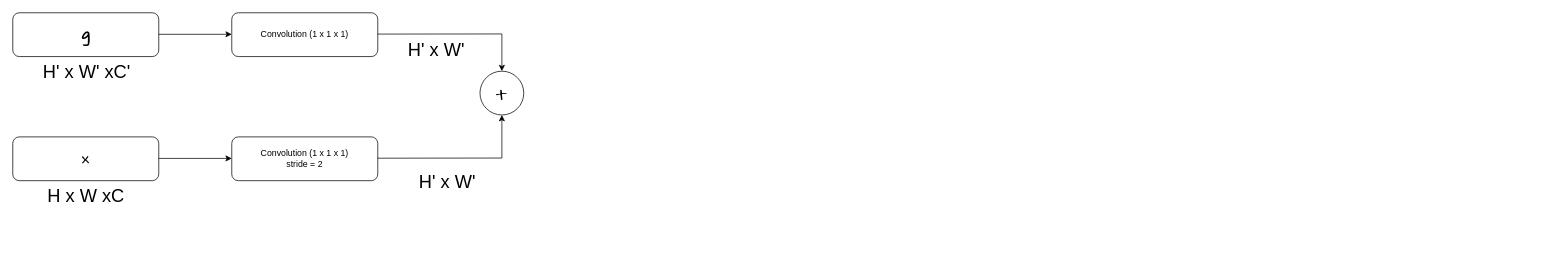
The draw.io diagram Untitled Diagram.drawio in Zi9597/test, before the edit. Source tidied: cells renumbered, new cells numbered last; positions are measured from the earlier drawing's top-left corner, leaving out a move shared by most shapes. Both pictures are drawn from the tidied source at 73%, with x=0, y=0 at pixel (12, 12).
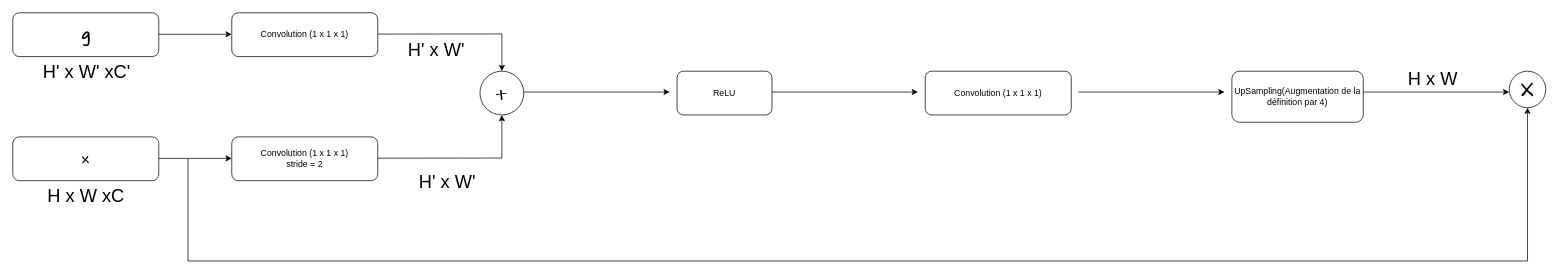
After the change.

Change to the diagram source:
```diff
@@
+    <mxCell id="15" style="endArrow=classic;html=1;rounded=0;fontFamily=Comic Sans MS;fontSize=30;" parent="1" edge="1">
+      <mxGeometry relative="1" as="geometry">
+        <mxPoint x="700" y="108.6" as="sourcePoint" />
+        <mxPoint x="900" y="108.6" as="targetPoint" />
+      </mxGeometry>
+    </mxCell>
+    <mxCell id="16" value="ReLU" style="rounded=1;whiteSpace=wrap;html=1;" parent="1" vertex="1">
+      <mxGeometry x="910" y="80" width="130" height="60" as="geometry" />
+    </mxCell>
+    <mxCell id="17" style="endArrow=classic;html=1;rounded=0;fontFamily=Comic Sans MS;fontSize=30;" parent="1" edge="1">
+      <mxGeometry relative="1" as="geometry">
+        <mxPoint x="1040" y="108.6" as="sourcePoint" />
+        <mxPoint x="1240" y="108.6" as="targetPoint" />
+      </mxGeometry>
+    </mxCell>
+    <mxCell id="18" value="Convolution (1 x 1 x 1)" style="rounded=1;whiteSpace=wrap;html=1;" parent="1" vertex="1">
+      <mxGeometry x="1250" y="80" width="200" height="60" as="geometry" />
+    </mxCell>
+    <mxCell id="19" style="endArrow=classic;html=1;rounded=0;fontFamily=Comic Sans MS;fontSize=30;" parent="1" edge="1">
+      <mxGeometry relative="1" as="geometry">
+        <mxPoint x="1460" y="108.6" as="sourcePoint" />
+        <mxPoint x="1660" y="108.6" as="targetPoint" />
+      </mxGeometry>
+    </mxCell>
+    <mxCell id="20" value="UpSampling(Augmentation de la définition par 4)" style="rounded=1;whiteSpace=wrap;html=1;" parent="1" vertex="1">
+      <mxGeometry x="1670" y="80" width="180" height="70" as="geometry" />
+    </mxCell>
+    <mxCell id="21" style="endArrow=classic;html=1;rounded=0;fontFamily=Comic Sans MS;fontSize=30;" parent="1" edge="1">
+      <mxGeometry relative="1" as="geometry">
+        <mxPoint x="1850" y="108.6" as="sourcePoint" />
+        <mxPoint x="2050" y="108.6" as="targetPoint" />
+      </mxGeometry>
+    </mxCell>
+    <mxCell id="22" value="&lt;font style=&quot;font-size: 25px&quot;&gt;H x W&lt;/font&gt;" style="text;html=1;align=center;verticalAlign=middle;strokeColor=none;fillColor=none;" parent="1" vertex="1">
+      <mxGeometry x="1905" y="80" width="80" height="20" as="geometry" />
+    </mxCell>
+    <mxCell id="23" value="X" style="ellipse;whiteSpace=wrap;html=1;fontFamily=Comic Sans MS;fontSize=30;" parent="1" vertex="1">
+      <mxGeometry x="2050" y="80" width="50" height="50" as="geometry" />
+    </mxCell>
+    <mxCell id="24" style="endArrow=classic;html=1;rounded=0;fontFamily=Comic Sans MS;fontSize=30;entryX=0.5;entryY=1;entryDx=0;entryDy=0;" parent="1" edge="1" target="23">
+      <mxGeometry relative="1" as="geometry">
+        <mxPoint x="240" y="200" as="sourcePoint" />
+        <Array as="points">
+          <mxPoint x="240" y="340" />
+          <mxPoint x="2075" y="340" />
+        </Array>
+      </mxGeometry>
+    </mxCell>
```
